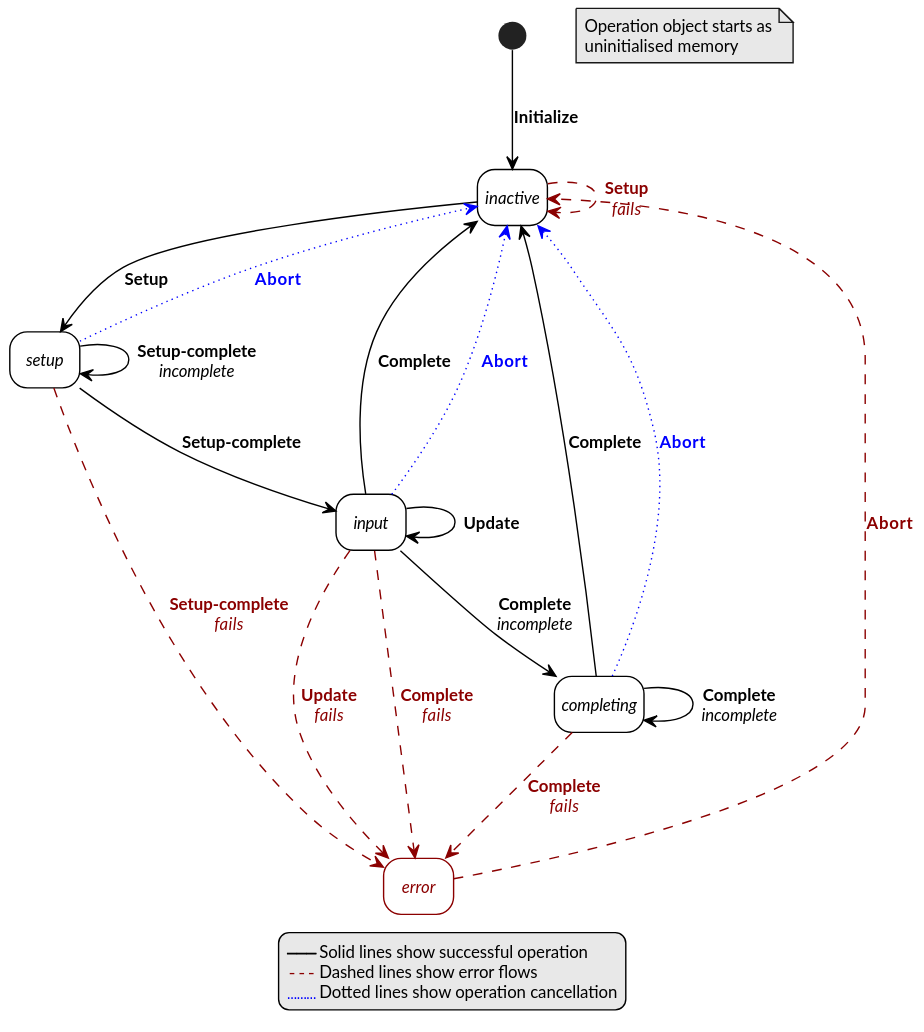
Above: doc/crypto/figure/interruptible_operation_complex.svg in ARM-software/psa-api (PlantUML), before the change. Its source is kept beside it as doc/crypto/figure/interruptible_operation_complex.puml.
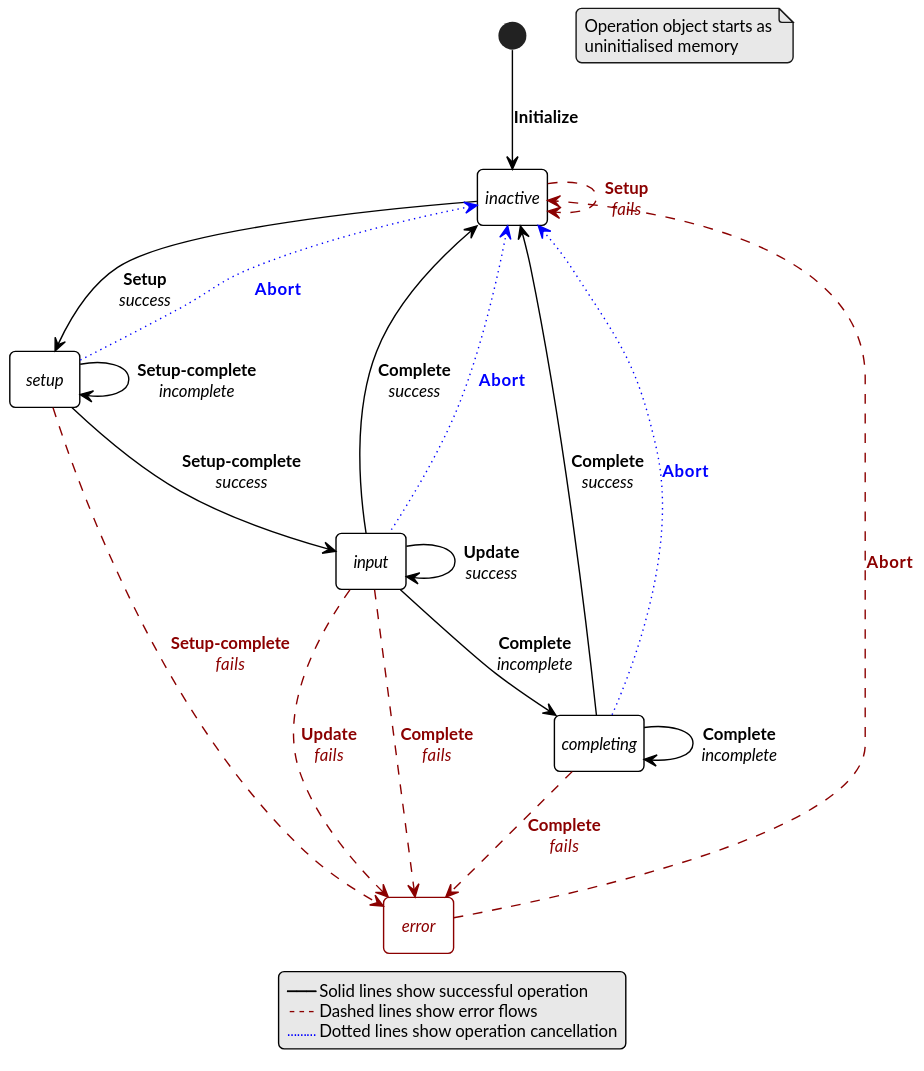
The same diagram one commit later.

Commit message:
Updated Functionality chapter to describe both basic and complex interruptible operations

Change to the diagram source:
```diff
@@ -20,22 +20,22 @@
    Operation object starts as
    uninitialised memory
 end note
-inactive --> setup: **Setup**
+inactive --> setup: **Setup**\n//success//
 setup --> setup: **Setup-complete**\n//incomplete//
-setup --> input: **Setup-complete**
-input --> input: **Update**
+setup --> input: **Setup-complete**\n//success//
+input --> input: **Update**\n//success//
 input --> completing: **Complete**\n//incomplete//
-input --> inactive: **Complete**
+input -u-> inactive: **Complete**\n//success//
 completing --> completing: **Complete**\n//incomplete//
-completing --> inactive: **Complete**
-error -[#darkred,dashed]-> inactive: <color:darkred>**Abort**
+completing -u-> inactive: **Complete**\n//success//
+error -[#darkred,dashed]r-> inactive: <color:darkred>**Abort**
 inactive -[#darkred,dashed]-> inactive: <color:darkred>**Setup**\n<color:darkred>//fails//
 setup -[#darkred,dashed]-> error: <color:darkred>**Setup-complete**\n<color:darkred>//fails//
 input -[#darkred,dashed]-> error: <color:darkred>**Update**\n<color:darkred>//fails//
 input -[#darkred,dashed]-> error: <color:darkred>**Complete**\n<color:darkred>//fails//
 completing -[#darkred,dashed]-> error: <color:darkred>**Complete**\n<color:darkred>//fails//
-setup -[#blue,dotted]-> inactive: <color:blue>**Abort**
-input -[#blue,dotted]-> inactive: <color:blue>**Abort**
-completing -[#blue,dotted]-> inactive: <color:blue>**Abort**
+setup -[#blue,dotted]u-> inactive: <color:blue>**Abort**
+input -[#blue,dotted]u-> inactive: <color:blue>**Abort**
+completing -[#blue,dotted]u-> inactive: <color:blue>**Abort**
 
 @enduml
```
